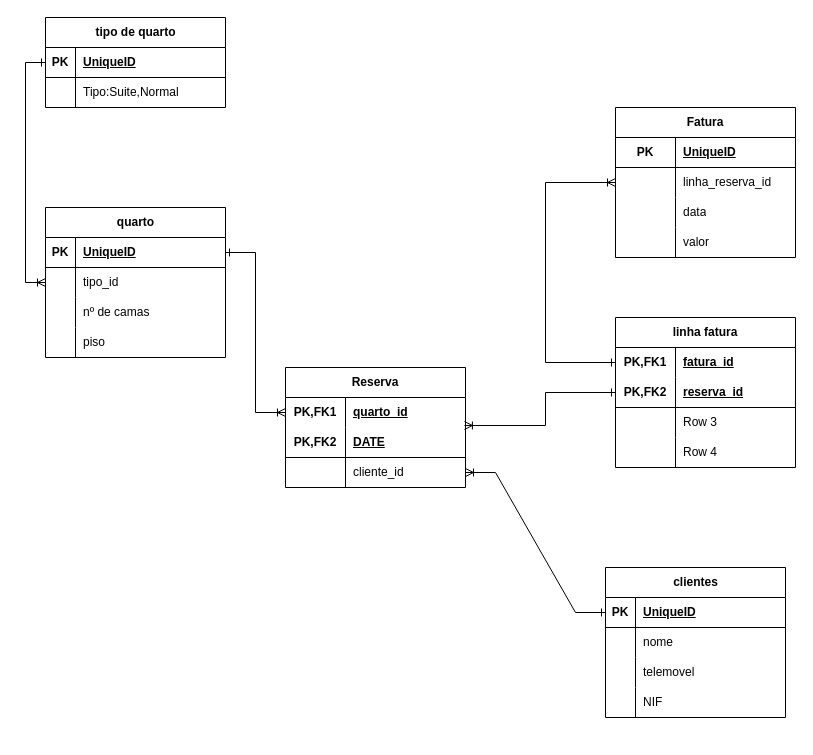
G-Man27/portfolio-CESAE keeps this draw.io diagram as page "Ex_5" (2 of 2) of Bases_de_Dados/DB_PL01_Ex4_5.drawio. Above is the earlier version. Source tidied: cells renumbered, new cells numbered last; positions are measured from the earlier drawing's top-left corner, leaving out a move shared by most shapes. Both pictures are drawn from the tidied source at 100%, with x=0, y=0 at pixel (45, 17).
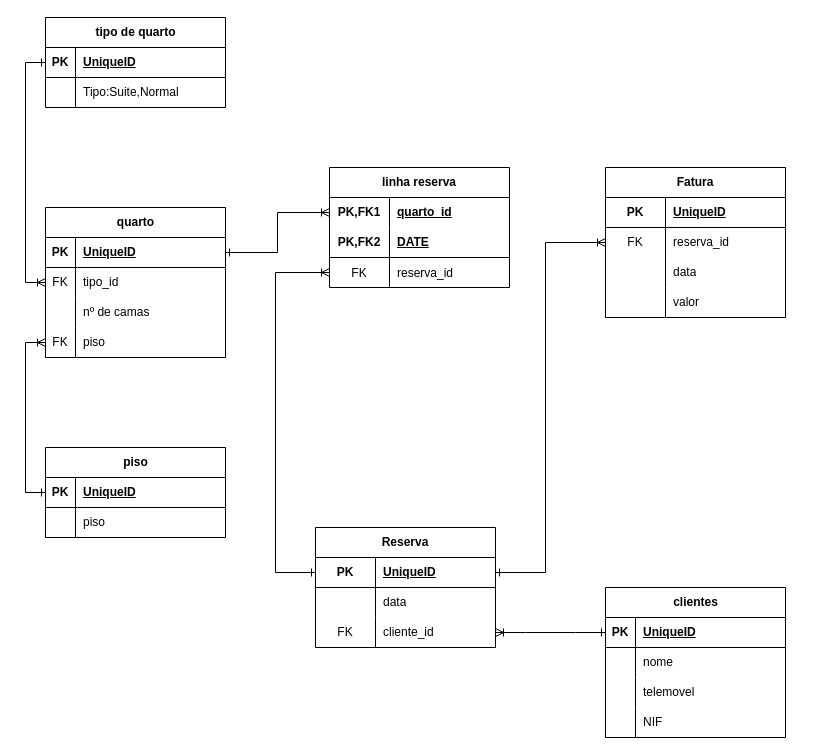
The same diagram, later.

Unchanged cells that the change refers to:
```xml
<mxCell id="3" style="shape=tableRow;horizontal=0;startSize=0;swimlaneHead=0;swimlaneBody=0;fillColor=none;points=[[0,0.5],[1,0.5]];portConstraint=eastwest;top=0;left=0;right=0;bottom=1;" parent="2" vertex="1">
  <mxGeometry y="30" width="180" height="30" as="geometry" />
</mxCell>
<mxCell id="6" style="shape=tableRow;horizontal=0;startSize=0;swimlaneHead=0;swimlaneBody=0;fillColor=none;points=[[0,0.5],[1,0.5]];portConstraint=eastwest;top=0;left=0;right=0;bottom=0;" parent="2" vertex="1">
  <mxGeometry y="60" width="180" height="30" as="geometry" />
</mxCell>
<mxCell id="12" style="shape=tableRow;horizontal=0;startSize=0;swimlaneHead=0;swimlaneBody=0;fillColor=none;points=[[0,0.5],[1,0.5]];portConstraint=eastwest;top=0;left=0;right=0;bottom=0;" parent="2" vertex="1">
  <mxGeometry y="120" width="180" height="30" as="geometry" />
</mxCell>
<mxCell id="42" style="shape=tableRow;horizontal=0;startSize=0;swimlaneHead=0;swimlaneBody=0;fillColor=none;points=[[0,0.5],[1,0.5]];portConstraint=eastwest;top=0;left=0;right=0;bottom=0;html=1;" parent="35" vertex="1">
  <mxGeometry y="90" width="180" height="30" as="geometry" />
</mxCell>
<mxCell id="49" style="shape=tableRow;horizontal=0;startSize=0;swimlaneHead=0;swimlaneBody=0;fillColor=none;points=[[0,0.5],[1,0.5]];portConstraint=eastwest;top=0;left=0;right=0;bottom=0;" parent="45" vertex="1">
  <mxGeometry y="60" width="180" height="30" as="geometry" />
</mxCell>
<mxCell id="63" style="shape=tableRow;horizontal=0;startSize=0;swimlaneHead=0;swimlaneBody=0;fillColor=none;points=[[0,0.5],[1,0.5]];portConstraint=eastwest;top=0;left=0;right=0;bottom=0;html=1;" parent="62" vertex="1">
  <mxGeometry y="30" width="180" height="30" as="geometry" />
</mxCell>
```

Diff of the diagram source:
```diff
@@
-    <mxCell id="7" style="shape=partialRectangle;fillColor=none;top=0;left=0;bottom=0;right=0;overflow=hidden;whiteSpace=wrap;html=1;" parent="6" vertex="1">
+    <mxCell id="7" value="FK" style="shape=partialRectangle;fillColor=none;top=0;left=0;bottom=0;right=0;overflow=hidden;whiteSpace=wrap;html=1;" parent="6" vertex="1">
       <mxGeometry width="30" height="30" as="geometry" />
     </mxCell>
@@
-    <mxCell id="13" style="shape=partialRectangle;fillColor=none;top=0;left=0;bottom=0;right=0;overflow=hidden;whiteSpace=wrap;html=1;" parent="12" vertex="1">
+    <mxCell id="13" value="FK" style="shape=partialRectangle;fillColor=none;top=0;left=0;bottom=0;right=0;overflow=hidden;whiteSpace=wrap;html=1;" parent="12" vertex="1">
       <mxGeometry width="30" height="30" as="geometry" />
     </mxCell>
@@
     <mxCell id="15" value="clientes" style="shape=table;startSize=30;childLayout=tableLayout;rowLines=0;fontStyle=1;align=center;html=1;" parent="1" vertex="1">
-      <mxGeometry x="560" y="550" width="180" height="150" as="geometry" />
+      <mxGeometry x="560" y="570" width="180" height="150" as="geometry" />
     </mxCell>
@@
     <mxCell id="35" value="Reserva" style="shape=table;startSize=30;childLayout=tableLayout;rowLines=0;fontStyle=1;align=center;html=1;whiteSpace=wrap;" parent="1" vertex="1">
-      <mxGeometry x="240" y="350" width="180" height="120" as="geometry" />
+      <mxGeometry x="270" y="510" width="180" height="120" as="geometry" />
     </mxCell>
-    <mxCell id="36" style="shape=tableRow;horizontal=0;startSize=0;swimlaneHead=0;swimlaneBody=0;fillColor=none;points=[[0,0.5],[1,0.5]];portConstraint=eastwest;top=0;left=0;right=0;bottom=0;html=1;" parent="35" vertex="1">
-      <mxGeometry y="30" width="180" height="30" as="geometry" />
-    </mxCell>
-    <mxCell id="37" value="PK,FK1" style="shape=partialRectangle;fillColor=none;top=0;left=0;bottom=0;right=0;fontStyle=1;overflow=hidden;html=1;whiteSpace=wrap;" parent="36" vertex="1">
-      <mxGeometry width="60" height="30" as="geometry" />
-    </mxCell>
-    <mxCell id="38" value="quarto_id" style="shape=partialRectangle;fillColor=none;top=0;left=0;bottom=0;right=0;align=left;spacingLeft=6;fontStyle=5;overflow=hidden;html=1;whiteSpace=wrap;" parent="36" vertex="1">
-      <mxGeometry x="60" width="120" height="30" as="geometry" />
-    </mxCell>
-    <mxCell id="39" style="shape=tableRow;horizontal=0;startSize=0;swimlaneHead=0;swimlaneBody=0;fillColor=none;points=[[0,0.5],[1,0.5]];portConstraint=eastwest;top=0;left=0;right=0;bottom=1;html=1;" parent="35" vertex="1">
-      <mxGeometry y="60" width="180" height="30" as="geometry" />
-    </mxCell>
-    <mxCell id="40" value="PK,FK2" style="shape=partialRectangle;fillColor=none;top=0;left=0;bottom=0;right=0;fontStyle=1;overflow=hidden;html=1;whiteSpace=wrap;" parent="39" vertex="1">
-      <mxGeometry width="60" height="30" as="geometry" />
-    </mxCell>
-    <mxCell id="41" value="DATE" style="shape=partialRectangle;fillColor=none;top=0;left=0;bottom=0;right=0;align=left;spacingLeft=6;fontStyle=5;overflow=hidden;html=1;whiteSpace=wrap;" parent="39" vertex="1">
-      <mxGeometry x="60" width="120" height="30" as="geometry" />
-    </mxCell>
+    <mxCell id="76" style="shape=tableRow;horizontal=0;startSize=0;swimlaneHead=0;swimlaneBody=0;fillColor=none;points=[[0,0.5],[1,0.5]];portConstraint=eastwest;top=0;left=0;right=0;bottom=1;" parent="35" vertex="1">
+      <mxGeometry y="30" width="180" height="30" as="geometry" />
+    </mxCell>
+    <mxCell id="77" value="PK" style="shape=partialRectangle;fillColor=none;top=0;left=0;bottom=0;right=0;fontStyle=1;overflow=hidden;whiteSpace=wrap;html=1;" parent="76" vertex="1">
+      <mxGeometry width="60" height="30" as="geometry" />
+    </mxCell>
+    <mxCell id="78" value="UniqueID" style="shape=partialRectangle;fillColor=none;top=0;left=0;bottom=0;right=0;align=left;spacingLeft=6;fontStyle=5;overflow=hidden;whiteSpace=wrap;html=1;" parent="76" vertex="1">
+      <mxGeometry x="60" width="120" height="30" as="geometry" />
+    </mxCell>
+    <mxCell id="79" style="shape=tableRow;horizontal=0;startSize=0;swimlaneHead=0;swimlaneBody=0;fillColor=none;top=0;left=0;right=0;bottom=0;" parent="35" vertex="1">
+      <mxGeometry y="60" width="180" height="30" as="geometry" />
+    </mxCell>
+    <mxCell id="80" style="shape=partialRectangle;fillColor=none;top=0;left=0;bottom=0;right=0;overflow=hidden;whiteSpace=wrap;html=1;" parent="79" vertex="1">
+      <mxGeometry width="60" height="30" as="geometry" />
+    </mxCell>
+    <mxCell id="81" value="data" style="shape=partialRectangle;fillColor=none;top=0;left=0;bottom=0;right=0;align=left;spacingLeft=6;overflow=hidden;whiteSpace=wrap;html=1;" parent="79" vertex="1">
+      <mxGeometry x="60" width="120" height="30" as="geometry" />
+    </mxCell>
@@
-    <mxCell id="43" style="shape=partialRectangle;fillColor=none;top=0;left=0;bottom=0;right=0;overflow=hidden;html=1;whiteSpace=wrap;" parent="42" vertex="1">
+    <mxCell id="43" value="FK" style="shape=partialRectangle;fillColor=none;top=0;left=0;bottom=0;right=0;overflow=hidden;html=1;whiteSpace=wrap;" parent="42" vertex="1">
       <mxGeometry width="60" height="30" as="geometry" />
     </mxCell>
@@
     <mxCell id="45" value="Fatura" style="shape=table;startSize=30;childLayout=tableLayout;rowLines=0;fontStyle=1;align=center;html=1;whiteSpace=wrap;" parent="1" vertex="1">
-      <mxGeometry x="570" y="90" width="180" height="150" as="geometry" />
+      <mxGeometry x="560" y="150" width="180" height="150" as="geometry" />
     </mxCell>
@@
-    <mxCell id="50" style="shape=partialRectangle;fillColor=none;top=0;left=0;bottom=0;right=0;overflow=hidden;whiteSpace=wrap;html=1;" parent="49" vertex="1">
+    <mxCell id="50" value="FK" style="shape=partialRectangle;fillColor=none;top=0;left=0;bottom=0;right=0;overflow=hidden;whiteSpace=wrap;html=1;" parent="49" vertex="1">
       <mxGeometry width="60" height="30" as="geometry" />
     </mxCell>
-    <mxCell id="51" value="linha_reserva_id" style="shape=partialRectangle;fillColor=none;top=0;left=0;bottom=0;right=0;align=left;spacingLeft=6;overflow=hidden;whiteSpace=wrap;html=1;" parent="49" vertex="1">
+    <mxCell id="51" value="reserva_id" style="shape=partialRectangle;fillColor=none;top=0;left=0;bottom=0;right=0;align=left;spacingLeft=6;overflow=hidden;whiteSpace=wrap;html=1;" parent="49" vertex="1">
       <mxGeometry x="60" width="120" height="30" as="geometry" />
     </mxCell>
@@
-    <mxCell id="59" style="edgeStyle=orthogonalEdgeStyle;rounded=0;jettySize=auto;html=1;exitX=1;exitY=0.5;exitDx=0;exitDy=0;startArrow=ERone;startFill=0;endArrow=ERoneToMany;endFill=0;" parent="1" edge="1" source="3" target="36">
+    <mxCell id="59" style="edgeStyle=orthogonalEdgeStyle;rounded=0;jettySize=auto;html=1;exitX=1;exitY=0.5;exitDx=0;exitDy=0;startArrow=ERone;startFill=0;endArrow=ERoneToMany;endFill=0;entryX=0;entryY=0.5;entryDx=0;entryDy=0;" parent="1" edge="1" source="3" target="63">
       <mxGeometry relative="1" as="geometry" />
     </mxCell>
-    <mxCell id="60" style="edgeStyle=orthogonalEdgeStyle;rounded=0;jettySize=auto;html=1;entryX=0.994;entryY=-0.067;entryDx=0;entryDy=0;entryPerimeter=0;exitX=0;exitY=0.5;exitDx=0;exitDy=0;endArrow=ERoneToMany;endFill=0;startArrow=ERone;startFill=0;" parent="1" edge="1" source="66" target="39">
+    <mxCell id="60" style="edgeStyle=orthogonalEdgeStyle;rounded=0;jettySize=auto;html=1;endArrow=ERoneToMany;endFill=0;startArrow=ERone;startFill=0;exitX=0;exitY=0.5;exitDx=0;exitDy=0;entryX=0;entryY=0.5;entryDx=0;entryDy=0;" parent="1" edge="1" source="76" target="82">
       <mxGeometry relative="1" as="geometry">
         <Array as="points">
-          <mxPoint x="500" y="375" />
-          <mxPoint x="500" y="408" />
+          <mxPoint x="230" y="555" />
+          <mxPoint x="230" y="255" />
         </Array>
       </mxGeometry>
     </mxCell>
-    <mxCell id="61" style="edgeStyle=orthogonalEdgeStyle;rounded=0;jettySize=auto;html=1;entryX=0;entryY=0.5;entryDx=0;entryDy=0;exitX=0;exitY=0.5;exitDx=0;exitDy=0;endArrow=ERone;endFill=0;startArrow=ERoneToMany;startFill=0;" parent="1" edge="1" source="49" target="63">
+    <mxCell id="61" style="edgeStyle=orthogonalEdgeStyle;rounded=0;jettySize=auto;html=1;exitX=0;exitY=0.5;exitDx=0;exitDy=0;endArrow=ERone;endFill=0;startArrow=ERoneToMany;startFill=0;entryX=1;entryY=0.5;entryDx=0;entryDy=0;" parent="1" edge="1" source="49" target="76">
       <mxGeometry relative="1" as="geometry">
         <Array as="points">
-          <mxPoint x="500" y="165" />
-          <mxPoint x="500" y="345" />
+          <mxPoint x="500" y="225" />
+          <mxPoint x="500" y="555" />
         </Array>
       </mxGeometry>
     </mxCell>
-    <mxCell id="62" value="linha fatura" style="shape=table;startSize=30;childLayout=tableLayout;rowLines=0;fontStyle=1;align=center;html=1;whiteSpace=wrap;swimlaneLine=1;" parent="1" vertex="1">
-      <mxGeometry x="570" y="300" width="180" height="150" as="geometry" />
+    <mxCell id="62" value="linha reserva" style="shape=table;startSize=30;childLayout=tableLayout;rowLines=0;fontStyle=1;align=center;html=1;whiteSpace=wrap;swimlaneLine=1;" parent="1" vertex="1">
+      <mxGeometry x="284" y="150" width="180" height="120" as="geometry" />
     </mxCell>
@@
-    <mxCell id="65" value="fatura_id" style="shape=partialRectangle;fillColor=none;top=0;left=0;bottom=0;right=0;align=left;spacingLeft=6;fontStyle=5;overflow=hidden;html=1;whiteSpace=wrap;" parent="63" vertex="1">
+    <mxCell id="65" value="quarto_id" style="shape=partialRectangle;fillColor=none;top=0;left=0;bottom=0;right=0;align=left;spacingLeft=6;fontStyle=5;overflow=hidden;html=1;whiteSpace=wrap;" parent="63" vertex="1">
       <mxGeometry x="60" width="120" height="30" as="geometry" />
     </mxCell>
-    <mxCell id="66" style="shape=tableRow;horizontal=0;startSize=0;swimlaneHead=0;swimlaneBody=0;fillColor=none;points=[[0,0.5],[1,0.5]];portConstraint=eastwest;top=0;left=0;right=0;bottom=1;html=1;" parent="62" vertex="1">
-      <mxGeometry y="60" width="180" height="30" as="geometry" />
-    </mxCell>
-    <mxCell id="67" value="PK,FK2" style="shape=partialRectangle;fillColor=none;top=0;left=0;bottom=0;right=0;fontStyle=1;overflow=hidden;html=1;whiteSpace=wrap;" parent="66" vertex="1">
-      <mxGeometry width="60" height="30" as="geometry" />
-    </mxCell>
+    <mxCell id="39" style="shape=tableRow;horizontal=0;startSize=0;swimlaneHead=0;swimlaneBody=0;fillColor=none;points=[[0,0.5],[1,0.5]];portConstraint=eastwest;top=0;left=0;right=0;bottom=1;html=1;" parent="62" vertex="1">
+      <mxGeometry y="60" width="180" height="30" as="geometry" />
+    </mxCell>
+    <mxCell id="40" value="PK,FK2" style="shape=partialRectangle;fillColor=none;top=0;left=0;bottom=0;right=0;fontStyle=1;overflow=hidden;html=1;whiteSpace=wrap;" parent="39" vertex="1">
+      <mxGeometry width="60" height="30" as="geometry" />
+    </mxCell>
+    <mxCell id="41" value="DATE" style="shape=partialRectangle;fillColor=none;top=0;left=0;bottom=0;right=0;align=left;spacingLeft=6;fontStyle=5;overflow=hidden;html=1;whiteSpace=wrap;" parent="39" vertex="1">
+      <mxGeometry x="60" width="120" height="30" as="geometry" />
+    </mxCell>
+    <mxCell id="82" style="shape=tableRow;horizontal=0;startSize=0;swimlaneHead=0;swimlaneBody=0;fillColor=none;points=[[0,0.5],[1,0.5]];portConstraint=eastwest;top=0;left=0;right=0;bottom=0;" parent="62" vertex="1">
+      <mxGeometry y="90" width="180" height="30" as="geometry" />
+    </mxCell>
+    <mxCell id="83" value="FK" style="shape=partialRectangle;fillColor=none;top=0;left=0;bottom=0;right=0;overflow=hidden;" parent="82" vertex="1">
+      <mxGeometry width="60" height="30" as="geometry" />
+    </mxCell>
-    <mxCell id="68" value="reserva_id" style="shape=partialRectangle;fillColor=none;top=0;left=0;bottom=0;right=0;align=left;spacingLeft=6;fontStyle=5;overflow=hidden;html=1;whiteSpace=wrap;" parent="66" vertex="1">
+    <mxCell id="68" value="reserva_id" style="shape=partialRectangle;fillColor=none;top=0;left=0;bottom=0;right=0;align=left;spacingLeft=6;overflow=hidden;fontStyle=0;" parent="82" vertex="1">
       <mxGeometry x="60" width="120" height="30" as="geometry" />
     </mxCell>
-    <mxCell id="69" style="shape=tableRow;horizontal=0;startSize=0;swimlaneHead=0;swimlaneBody=0;fillColor=none;top=0;left=0;right=0;bottom=0;html=1;" parent="62" vertex="1">
-      <mxGeometry y="90" width="180" height="30" as="geometry" />
-    </mxCell>
-    <mxCell id="70" style="shape=partialRectangle;fillColor=none;top=0;left=0;bottom=0;right=0;overflow=hidden;html=1;whiteSpace=wrap;" parent="69" vertex="1">
-      <mxGeometry width="60" height="30" as="geometry" />
-    </mxCell>
-    <mxCell id="71" value="Row 3" style="shape=partialRectangle;fillColor=none;top=0;left=0;bottom=0;right=0;align=left;spacingLeft=6;overflow=hidden;html=1;whiteSpace=wrap;" parent="69" vertex="1">
-      <mxGeometry x="60" width="120" height="30" as="geometry" />
-    </mxCell>
-    <mxCell id="72" style="shape=tableRow;horizontal=0;startSize=0;swimlaneHead=0;swimlaneBody=0;fillColor=none;top=0;left=0;right=0;bottom=0;html=1;" parent="62" vertex="1">
-      <mxGeometry y="120" width="180" height="30" as="geometry" />
-    </mxCell>
-    <mxCell id="73" style="shape=partialRectangle;fillColor=none;top=0;left=0;bottom=0;right=0;overflow=hidden;html=1;whiteSpace=wrap;" parent="72" vertex="1">
-      <mxGeometry width="60" height="30" as="geometry" />
-    </mxCell>
-    <mxCell id="74" value="Row 4" style="shape=partialRectangle;fillColor=none;top=0;left=0;bottom=0;right=0;align=left;spacingLeft=6;overflow=hidden;html=1;whiteSpace=wrap;" parent="72" vertex="1">
-      <mxGeometry x="60" width="120" height="30" as="geometry" />
-    </mxCell>
@@
+    <mxCell id="84" value="piso" style="shape=table;startSize=30;childLayout=tableLayout;rowLines=0;fontStyle=1;align=center;html=1;" parent="1" vertex="1">
+      <mxGeometry y="430" width="180" height="90" as="geometry" />
+    </mxCell>
+    <mxCell id="85" style="shape=tableRow;horizontal=0;startSize=0;swimlaneHead=0;swimlaneBody=0;fillColor=none;points=[[0,0.5],[1,0.5]];portConstraint=eastwest;top=0;left=0;right=0;bottom=1;" parent="84" vertex="1">
+      <mxGeometry y="30" width="180" height="30" as="geometry" />
+    </mxCell>
+    <mxCell id="86" value="PK" style="shape=partialRectangle;fillColor=none;top=0;left=0;bottom=0;right=0;fontStyle=1;overflow=hidden;whiteSpace=wrap;html=1;" parent="85" vertex="1">
+      <mxGeometry width="30" height="30" as="geometry" />
+    </mxCell>
+    <mxCell id="87" value="UniqueID" style="shape=partialRectangle;fillColor=none;top=0;left=0;bottom=0;right=0;align=left;spacingLeft=6;fontStyle=5;overflow=hidden;whiteSpace=wrap;html=1;" parent="85" vertex="1">
+      <mxGeometry x="30" width="150" height="30" as="geometry" />
+    </mxCell>
+    <mxCell id="88" style="shape=tableRow;horizontal=0;startSize=0;swimlaneHead=0;swimlaneBody=0;fillColor=none;top=0;left=0;right=0;bottom=0;" parent="84" vertex="1">
+      <mxGeometry y="60" width="180" height="30" as="geometry" />
+    </mxCell>
+    <mxCell id="89" style="shape=partialRectangle;fillColor=none;top=0;left=0;bottom=0;right=0;overflow=hidden;whiteSpace=wrap;html=1;" parent="88" vertex="1">
+      <mxGeometry width="30" height="30" as="geometry" />
+    </mxCell>
+    <mxCell id="90" value="piso" style="shape=partialRectangle;fillColor=none;top=0;left=0;bottom=0;right=0;align=left;spacingLeft=6;overflow=hidden;whiteSpace=wrap;html=1;" parent="88" vertex="1">
+      <mxGeometry x="30" width="150" height="30" as="geometry" />
+    </mxCell>
+    <mxCell id="91" style="edgeStyle=orthogonalEdgeStyle;rounded=0;jettySize=auto;html=1;exitX=0;exitY=0.5;exitDx=0;exitDy=0;entryX=0;entryY=0.5;entryDx=0;entryDy=0;endArrow=ERoneToMany;endFill=0;startArrow=ERone;startFill=0;" parent="1" edge="1" source="85" target="12">
+      <mxGeometry relative="1" as="geometry" />
+    </mxCell>
```
